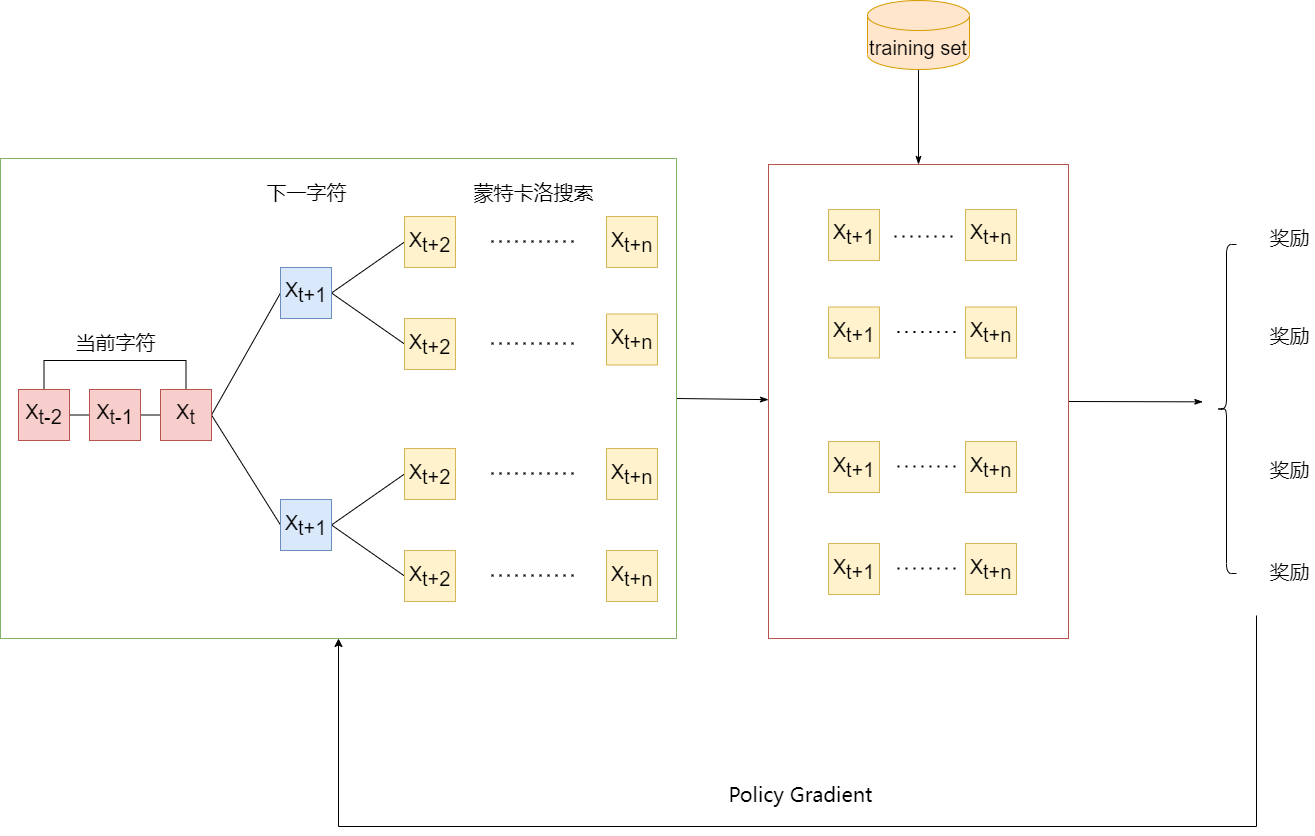
This is seqgan.drawio.png from lakomi/pictures, a draw.io export, as it was before one commit. Source tidied: cells renumbered, new cells last; positions are measured from the earlier drawing's top-left corner, leaving out a move shared by most shapes.
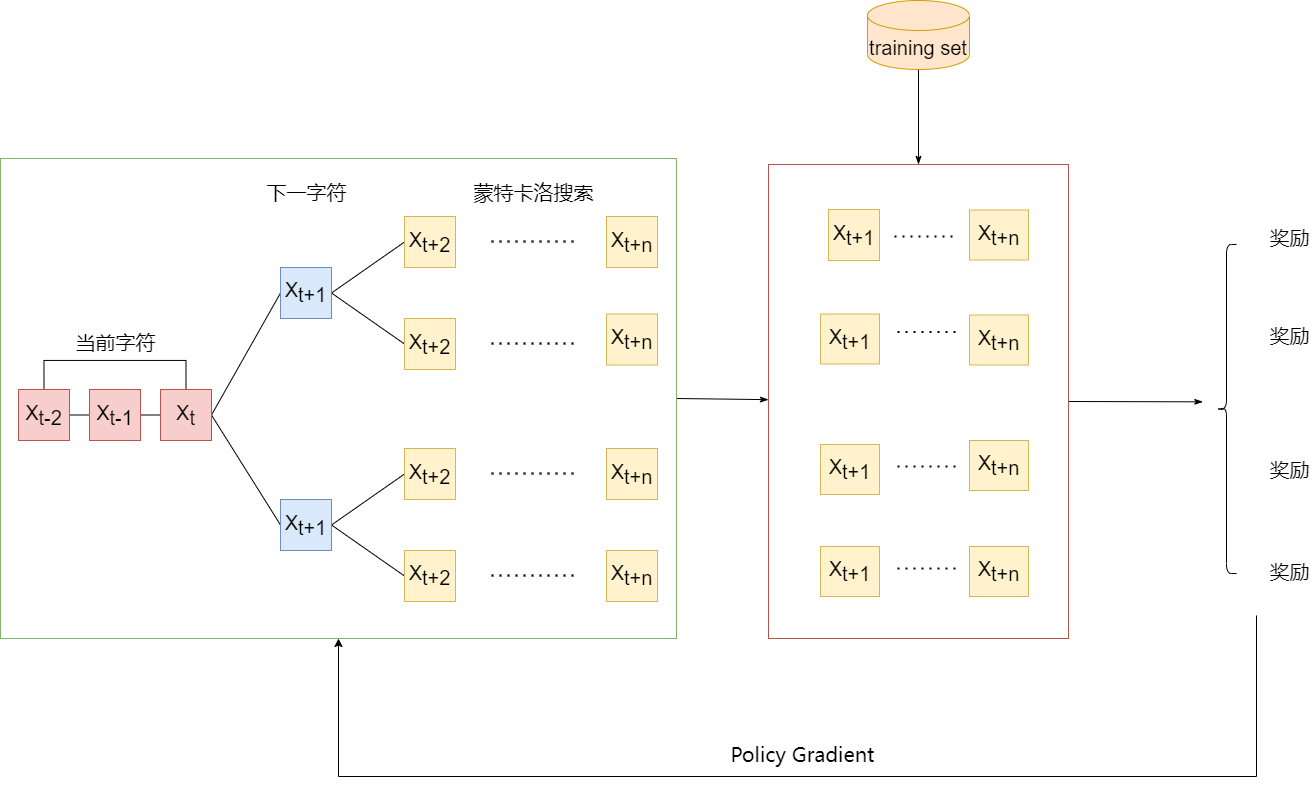
After the commit.

The edit, as a diff of the source:
```diff
@@ -150,36 +150,9 @@
     <mxCell id="40" value="奖励" style="text;html=1;align=center;verticalAlign=middle;strokeColor=none;fillColor=none;fontSize=20;" parent="1" vertex="1">
       <mxGeometry x="1264" y="557" width="50" height="28" as="geometry" />
     </mxCell>
-    <mxCell id="41" value="X&lt;sub style=&quot;font-size: 20px;&quot;&gt;t+n&lt;/sub&gt;" style="rounded=0;whiteSpace=wrap;html=1;fontSize=20;" parent="1" vertex="1">
+    <mxCell id="41" value="X&lt;sub style=&quot;font-size: 20px&quot;&gt;t+1&lt;/sub&gt;" style="rounded=0;whiteSpace=wrap;html=1;fontSize=20;fillColor=#fff2cc;strokeColor=#d6b656;" parent="1" vertex="1">
       <mxGeometry x="828" y="209" width="51" height="51" as="geometry" />
     </mxCell>
-    <mxCell id="42" value="X&lt;sub style=&quot;font-size: 20px;&quot;&gt;t+n&lt;/sub&gt;" style="rounded=0;whiteSpace=wrap;html=1;fontSize=20;" parent="1" vertex="1">
-      <mxGeometry x="965" y="209" width="51" height="51" as="geometry" />
-    </mxCell>
-    <mxCell id="43" value="X&lt;sub style=&quot;font-size: 20px;&quot;&gt;t+1&lt;/sub&gt;" style="rounded=0;whiteSpace=wrap;html=1;fontSize=20;fillColor=#fff2cc;strokeColor=#d6b656;" parent="1" vertex="1">
-      <mxGeometry x="828" y="306.5" width="51" height="51" as="geometry" />
-    </mxCell>
-    <mxCell id="44" value="X&lt;sub style=&quot;font-size: 20px;&quot;&gt;t+n&lt;/sub&gt;" style="rounded=0;whiteSpace=wrap;html=1;fontSize=20;fillColor=#fff2cc;strokeColor=#d6b656;" parent="1" vertex="1">
-      <mxGeometry x="965" y="306.5" width="51" height="51" as="geometry" />
-    </mxCell>
-    <mxCell id="45" value="X&lt;sub style=&quot;font-size: 20px;&quot;&gt;t+1&lt;/sub&gt;" style="rounded=0;whiteSpace=wrap;html=1;fontSize=20;fillColor=#fff2cc;strokeColor=#d6b656;" parent="1" vertex="1">
-      <mxGeometry x="828" y="441" width="51" height="51" as="geometry" />
-    </mxCell>
-    <mxCell id="46" value="X&lt;sub style=&quot;font-size: 20px;&quot;&gt;t+n&lt;/sub&gt;" style="rounded=0;whiteSpace=wrap;html=1;fontSize=20;fillColor=#fff2cc;strokeColor=#d6b656;" parent="1" vertex="1">
-      <mxGeometry x="965" y="441" width="51" height="51" as="geometry" />
-    </mxCell>
-    <mxCell id="47" value="X&lt;sub style=&quot;font-size: 20px;&quot;&gt;t+1&lt;/sub&gt;" style="rounded=0;whiteSpace=wrap;html=1;fontSize=20;fillColor=#fff2cc;strokeColor=#d6b656;" parent="1" vertex="1">
-      <mxGeometry x="828" y="209" width="51" height="51" as="geometry" />
-    </mxCell>
-    <mxCell id="48" value="X&lt;sub style=&quot;font-size: 20px;&quot;&gt;t+n&lt;/sub&gt;" style="rounded=0;whiteSpace=wrap;html=1;fontSize=20;fillColor=#fff2cc;strokeColor=#d6b656;" parent="1" vertex="1">
-      <mxGeometry x="965" y="209" width="51" height="51" as="geometry" />
-    </mxCell>
-    <mxCell id="49" value="X&lt;sub style=&quot;font-size: 20px;&quot;&gt;t+1&lt;/sub&gt;" style="rounded=0;whiteSpace=wrap;html=1;fontSize=20;fillColor=#fff2cc;strokeColor=#d6b656;" parent="1" vertex="1">
-      <mxGeometry x="828" y="543" width="51" height="51" as="geometry" />
-    </mxCell>
-    <mxCell id="50" value="X&lt;sub style=&quot;font-size: 20px;&quot;&gt;t+n&lt;/sub&gt;" style="rounded=0;whiteSpace=wrap;html=1;fontSize=20;fillColor=#fff2cc;strokeColor=#d6b656;" parent="1" vertex="1">
-      <mxGeometry x="965" y="543" width="51" height="51" as="geometry" />
-    </mxCell>
     <mxCell id="51" style="endArrow=none;dashed=1;html=1;dashPattern=1 3;strokeWidth=2;rounded=0;fontSize=20;" parent="1" edge="1">
       <mxGeometry relative="1" as="geometry">
         <mxPoint x="894" y="236" as="sourcePoint" />
@@ -223,13 +196,35 @@
       <mxGeometry relative="1" as="geometry">
         <mxPoint x="1256" y="615" as="sourcePoint" />
         <Array as="points">
+          <mxPoint x="844" y="776" />
           <mxPoint x="801" y="826" />
           <mxPoint x="1478" y="863" />
         </Array>
       </mxGeometry>
     </mxCell>
     <mxCell id="57" value="&lt;span style=&quot;font-family: sans-serif; font-size: 20px; text-align: left;&quot;&gt;Policy Gradient&lt;/span&gt;" style="text;html=1;align=center;verticalAlign=middle;strokeColor=none;fillColor=none;fontSize=20;fontColor=#000000;" parent="1" vertex="1">
-      <mxGeometry x="723" y="779" width="154" height="29" as="geometry" />
+      <mxGeometry x="725" y="739" width="154" height="29" as="geometry" />
     </mxCell>
+    <mxCell id="58" value="X&lt;sub style=&quot;font-size: 20px&quot;&gt;t+n&lt;/sub&gt;" style="rounded=0;whiteSpace=wrap;html=1;fontSize=20;fillColor=#fff2cc;strokeColor=#d6b656;" parent="1" vertex="1">
+      <mxGeometry x="969" y="209.5" width="59" height="50" as="geometry" />
+    </mxCell>
+    <mxCell id="59" value="X&lt;sub style=&quot;font-size: 20px;&quot;&gt;t+1&lt;/sub&gt;" style="rounded=0;whiteSpace=wrap;html=1;fontSize=20;fillColor=#fff2cc;strokeColor=#d6b656;" parent="1" vertex="1">
+      <mxGeometry x="820" y="313.5" width="59" height="50" as="geometry" />
+    </mxCell>
+    <mxCell id="60" value="X&lt;sub style=&quot;font-size: 20px&quot;&gt;t+n&lt;/sub&gt;" style="rounded=0;whiteSpace=wrap;html=1;fontSize=20;fillColor=#fff2cc;strokeColor=#d6b656;" parent="1" vertex="1">
+      <mxGeometry x="969" y="314.5" width="59" height="50" as="geometry" />
+    </mxCell>
+    <mxCell id="61" value="X&lt;sub style=&quot;font-size: 20px;&quot;&gt;t+1&lt;/sub&gt;" style="rounded=0;whiteSpace=wrap;html=1;fontSize=20;fillColor=#fff2cc;strokeColor=#d6b656;" parent="1" vertex="1">
+      <mxGeometry x="820" y="444" width="59" height="50" as="geometry" />
+    </mxCell>
+    <mxCell id="62" value="X&lt;sub style=&quot;font-size: 20px&quot;&gt;t+n&lt;/sub&gt;" style="rounded=0;whiteSpace=wrap;html=1;fontSize=20;fillColor=#fff2cc;strokeColor=#d6b656;" parent="1" vertex="1">
+      <mxGeometry x="969" y="440" width="59" height="50" as="geometry" />
+    </mxCell>
+    <mxCell id="63" value="X&lt;sub style=&quot;font-size: 20px;&quot;&gt;t+1&lt;/sub&gt;" style="rounded=0;whiteSpace=wrap;html=1;fontSize=20;fillColor=#fff2cc;strokeColor=#d6b656;" parent="1" vertex="1">
+      <mxGeometry x="820" y="546" width="59" height="50" as="geometry" />
+    </mxCell>
+    <mxCell id="64" value="X&lt;sub style=&quot;font-size: 20px&quot;&gt;t+n&lt;/sub&gt;" style="rounded=0;whiteSpace=wrap;html=1;fontSize=20;fillColor=#fff2cc;strokeColor=#d6b656;" parent="1" vertex="1">
+      <mxGeometry x="969" y="546" width="59" height="50" as="geometry" />
+    </mxCell>
   </root>
 </mxGraphModel>
```
